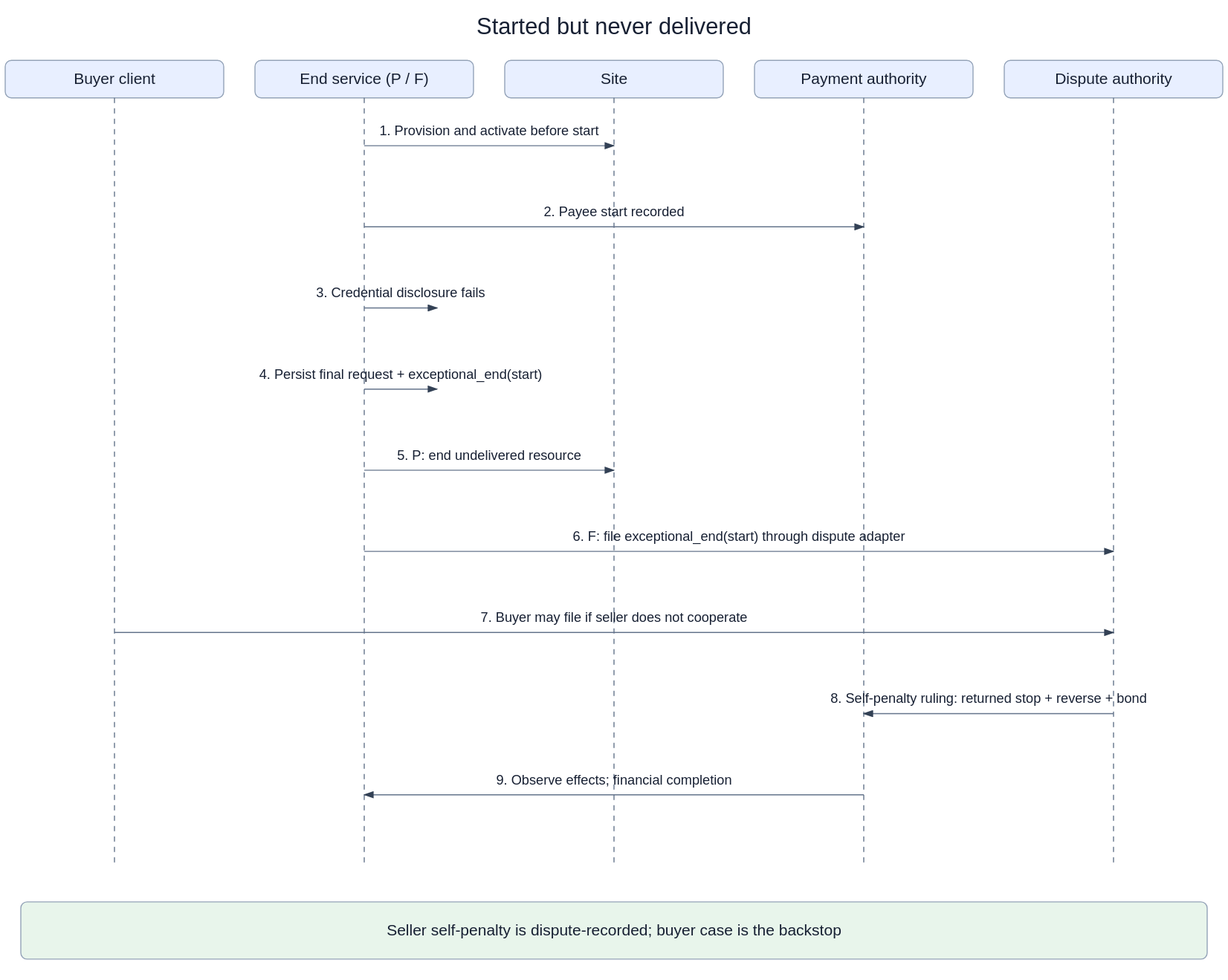
Above: openspec/changes/converge-ongoing-compute-leases/diagrams/08-start-before-delivery.svg in arkhai-io/simple-compute-market (draw.io), before the change. Source tidied: cells renumbered, new cells last; positions are measured from the earlier drawing's top-left corner, leaving out a move shared by most shapes.
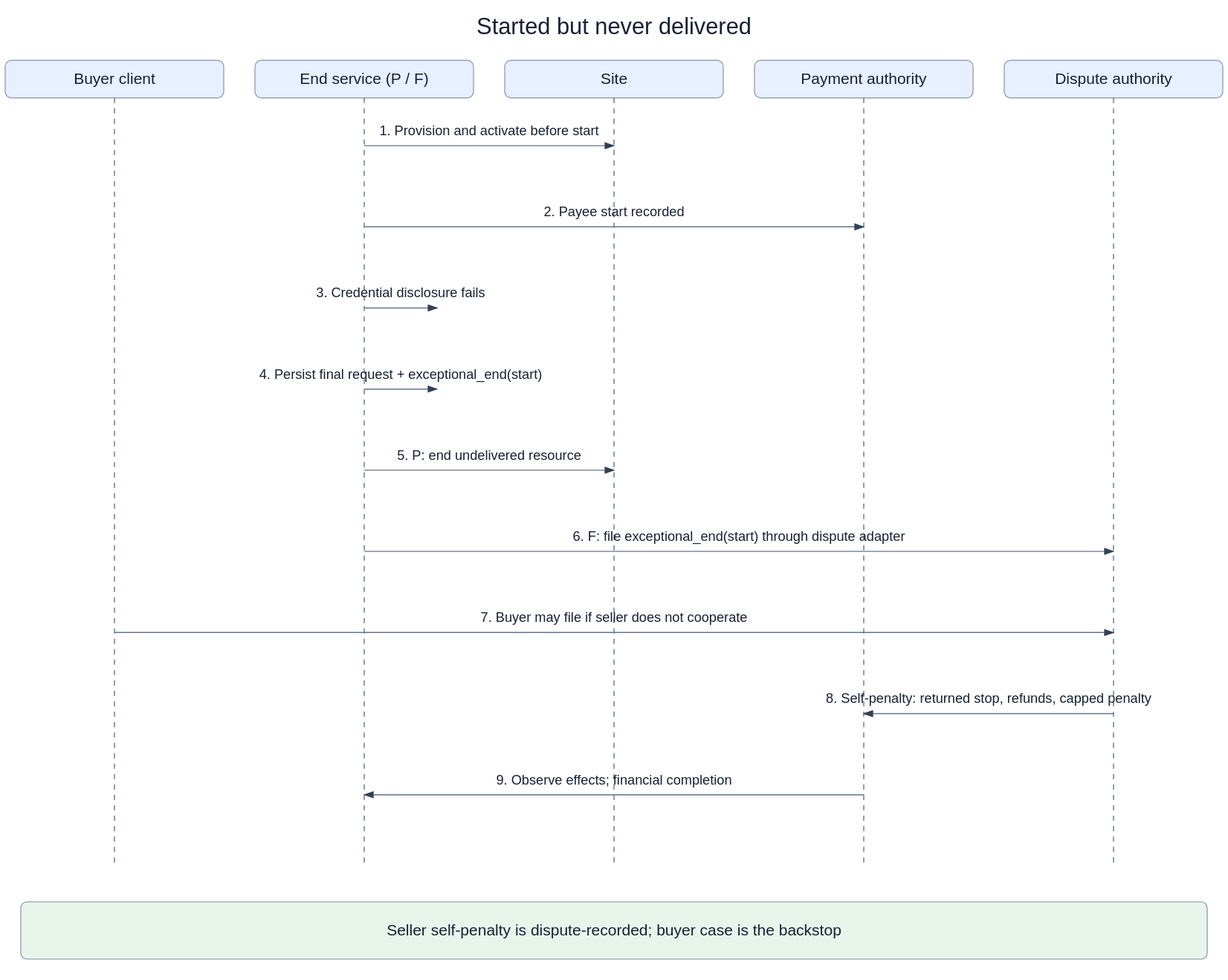
Above is the later version.

The edit, as a diff of the source:
```diff
@@ -92,7 +92,7 @@
         <mxPoint x="1065" y="598" as="targetPoint" />
       </mxGeometry>
     </mxCell>
-    <mxCell id="20" value="8. Self-penalty ruling: returned stop + reverse + bond" style="endArrow=block;fontSize=13;labelBackgroundColor=#ffffff;" parent="1" edge="1">
+    <mxCell id="20" value="8. Self-penalty: returned stop, refunds, capped penalty" style="endArrow=block;fontSize=13;labelBackgroundColor=#ffffff;" parent="1" edge="1">
       <mxGeometry relative="1" as="geometry">
         <mxPoint x="1065" y="676" as="sourcePoint" />
         <mxPoint x="825" y="676" as="targetPoint" />
```
